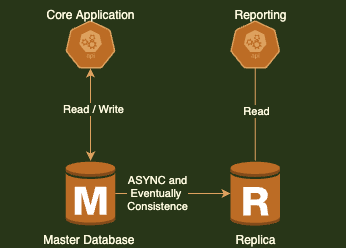
Above: rds.drawio.png in diemonch/aws (draw.io), before the change. Source tidied: cells renumbered, new cells last; positions are measured from the earlier drawing's top-left corner, leaving out a move shared by most shapes.
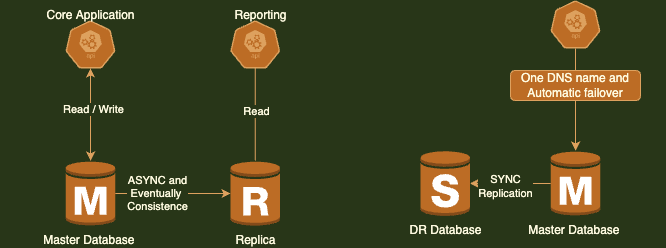
After the change.

Change to the diagram source:
```diff
@@ -45,5 +45,29 @@
     <mxCell id="14" value="Reporting" style="text;html=1;align=center;verticalAlign=middle;strokeColor=none;fillColor=none;fontColor=#FEFAE0;" parent="1" vertex="1">
       <mxGeometry x="220" width="80" height="30" as="geometry" />
     </mxCell>
+    <mxCell id="15" style="edgeStyle=orthogonalEdgeStyle;rounded=0;jettySize=auto;html=1;labelBackgroundColor=#283618;strokeColor=#DDA15E;fontColor=#FEFAE0;" parent="1" edge="1" source="16" target="21">
+      <mxGeometry relative="1" as="geometry" />
+    </mxCell>
+    <mxCell id="16" style="sketch=0;html=1;dashed=0;whitespace=wrap;fillColor=#BC6C25;strokeColor=#DDA15E;points=[[0.005,0.63,0],[0.1,0.2,0],[0.9,0.2,0],[0.5,0,0],[0.995,0.63,0],[0.72,0.99,0],[0.5,1,0],[0.28,0.99,0]];shape=mxgraph.kubernetes.icon;prIcon=api;fontColor=#FEFAE0;" parent="1" vertex="1">
+      <mxGeometry x="485" width="180" height="48" as="geometry" />
+    </mxCell>
+    <mxCell id="17" style="edgeStyle=orthogonalEdgeStyle;rounded=0;jettySize=auto;html=1;labelBackgroundColor=#283618;strokeColor=#DDA15E;fontColor=#FEFAE0;" parent="1" edge="1" source="18" target="21">
+      <mxGeometry relative="1" as="geometry" />
+    </mxCell>
+    <mxCell id="18" value="One DNS name and Automatic failover" style="rounded=1;whiteSpace=wrap;html=1;fillColor=#BC6C25;strokeColor=#DDA15E;fontColor=#FEFAE0;" parent="1" vertex="1">
+      <mxGeometry x="510" y="70" width="130" height="30" as="geometry" />
+    </mxCell>
+    <mxCell id="19" style="edgeStyle=orthogonalEdgeStyle;rounded=0;jettySize=auto;html=1;labelBackgroundColor=#283618;strokeColor=#DDA15E;fontColor=#FEFAE0;" parent="1" edge="1" source="21" target="22">
+      <mxGeometry relative="1" as="geometry" />
+    </mxCell>
+    <mxCell id="20" value="SYNC&lt;br&gt;Replication" style="edgeLabel;html=1;align=center;verticalAlign=middle;labelBackgroundColor=#283618;fontColor=#FEFAE0;" parent="19" vertex="1">
+      <mxGeometry x="0.14" y="2" relative="1" as="geometry" />
+    </mxCell>
+    <mxCell id="21" value="Master Database&amp;nbsp;" style="outlineConnect=0;dashed=0;verticalLabelPosition=bottom;verticalAlign=top;align=center;html=1;shape=mxgraph.aws3.rds_db_instance;fillColor=#BC6C25;strokeColor=#DDA15E;fontColor=#FEFAE0;" parent="1" vertex="1">
+      <mxGeometry x="550.2" y="150" width="49.5" height="66" as="geometry" />
+    </mxCell>
+    <mxCell id="22" value="DR Database" style="outlineConnect=0;dashed=0;verticalLabelPosition=bottom;verticalAlign=top;align=center;html=1;shape=mxgraph.aws3.rds_db_instance_standby_multi_az;fillColor=#BC6C25;strokeColor=#DDA15E;fontColor=#FEFAE0;" parent="1" vertex="1">
+      <mxGeometry x="420" y="150" width="49.5" height="66" as="geometry" />
+    </mxCell>
   </root>
 </mxGraphModel>
```
